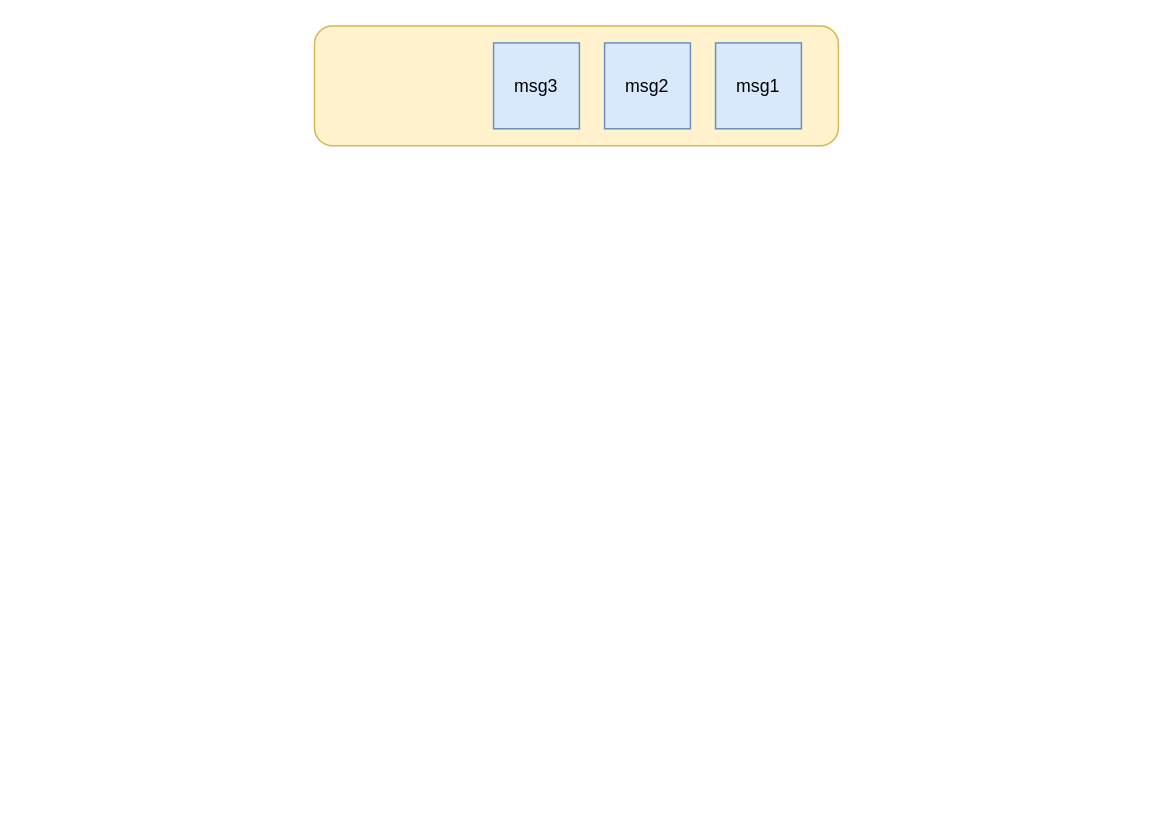
This is page "第 2 页" (2 of 2) of 未命名绘图.drawio from qinlizhong1/C, a draw.io file, before an edit. Source tidied: cells renumbered, new cells numbered last; positions are measured from the earlier drawing's top-left corner, leaving out a move shared by most shapes. Both pictures are drawn from the tidied source at 148%, with x=0, y=0 at pixel (314, 25).
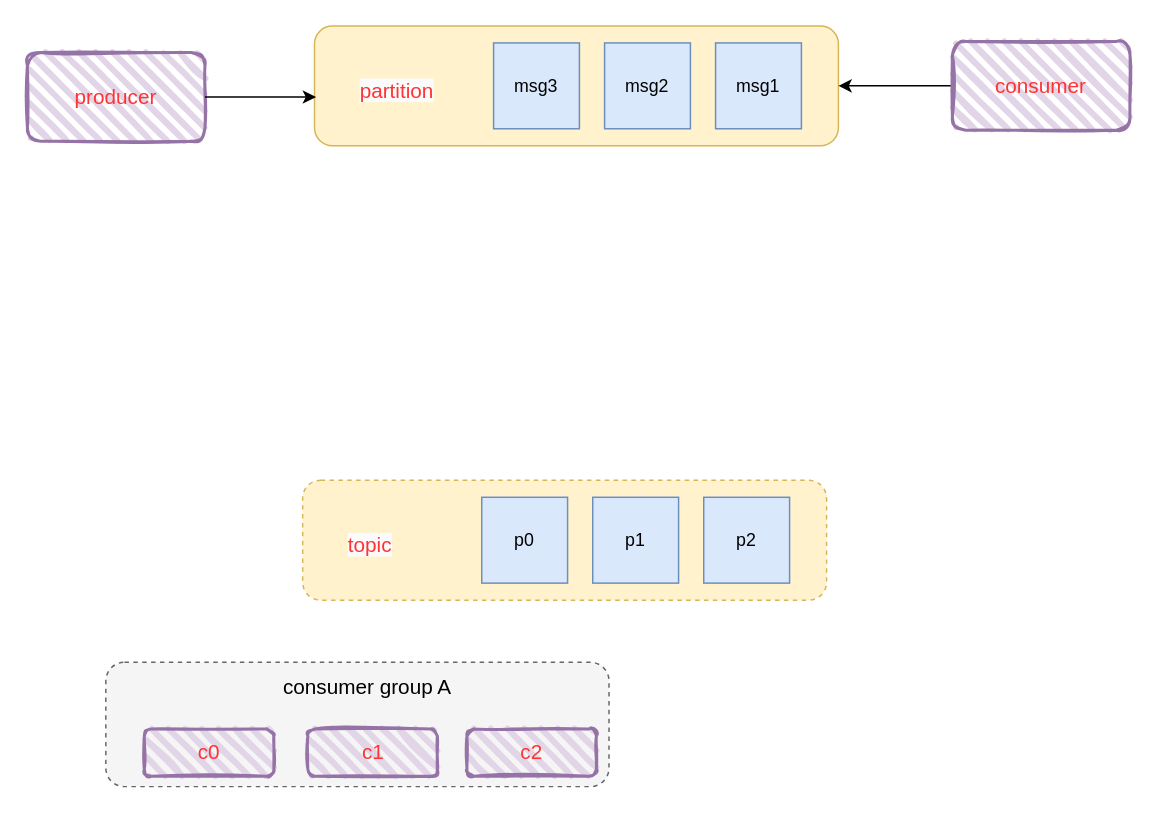
The same diagram, later.

Unchanged cells that the change refers to:
```xml
<mxCell id="2" style="rounded=1;whiteSpace=wrap;html=1;fillColor=#fff2cc;strokeColor=#d6b656;" parent="1" vertex="1">
  <mxGeometry width="354" height="81" as="geometry" />
</mxCell>
```

Change to the diagram source:
```diff
@@
+    <mxCell id="6" value="&lt;font color=&quot;#ff3333&quot; style=&quot;font-size: 14px;&quot;&gt;producer&lt;/font&gt;" style="rounded=1;whiteSpace=wrap;html=1;strokeWidth=2;fillWeight=4;hachureGap=8;hachureAngle=45;fillColor=#e1d5e7;sketch=1;strokeColor=#9673a6;" parent="1" vertex="1">
+      <mxGeometry x="-194" y="18" width="120" height="60" as="geometry" />
+    </mxCell>
+    <mxCell id="7" style="edgeStyle=orthogonalEdgeStyle;rounded=0;jettySize=auto;html=1;entryX=1;entryY=0.5;entryDx=0;entryDy=0;" parent="1" edge="1" source="8" target="2">
+      <mxGeometry relative="1" as="geometry" />
+    </mxCell>
+    <mxCell id="8" value="&lt;font color=&quot;#ff3333&quot; style=&quot;font-size: 14px;&quot;&gt;consumer&lt;/font&gt;" style="rounded=1;whiteSpace=wrap;html=1;strokeWidth=2;fillWeight=4;hachureGap=8;hachureAngle=45;fillColor=#e1d5e7;sketch=1;strokeColor=#9673a6;" parent="1" vertex="1">
+      <mxGeometry x="431" y="10.5" width="120" height="60" as="geometry" />
+    </mxCell>
+    <mxCell id="9" style="edgeStyle=orthogonalEdgeStyle;rounded=0;jettySize=auto;html=1;entryX=0.003;entryY=0.593;entryDx=0;entryDy=0;entryPerimeter=0;" parent="1" edge="1" source="6" target="2">
+      <mxGeometry relative="1" as="geometry" />
+    </mxCell>
+    <mxCell id="10" value="&lt;span style=&quot;color: rgb(255, 51, 51); font-family: Helvetica; font-size: 14px; font-style: normal; font-variant-ligatures: normal; font-variant-caps: normal; font-weight: 400; letter-spacing: normal; orphans: 2; text-align: center; text-indent: 0px; text-transform: none; widows: 2; word-spacing: 0px; -webkit-text-stroke-width: 0px; white-space: normal; background-color: rgb(251, 251, 251); text-decoration-thickness: initial; text-decoration-style: initial; text-decoration-color: initial; display: inline !important; float: none;&quot;&gt;partition&lt;/span&gt;" style="text;whiteSpace=wrap;html=1;" parent="1" vertex="1">
+      <mxGeometry x="29" y="28.5" width="89" height="39" as="geometry" />
+    </mxCell>
+    <mxCell id="11" style="rounded=1;whiteSpace=wrap;html=1;fillColor=#fff2cc;strokeColor=#d6b656;dashed=1;" parent="1" vertex="1">
+      <mxGeometry x="-8" y="307" width="354" height="81" as="geometry" />
+    </mxCell>
+    <mxCell id="12" value="p2" style="whiteSpace=wrap;html=1;fillColor=#dae8fc;strokeColor=#6c8ebf;" parent="1" vertex="1">
+      <mxGeometry x="263" y="318.5" width="58" height="58" as="geometry" />
+    </mxCell>
+    <mxCell id="13" value="p1" style="whiteSpace=wrap;html=1;fillColor=#dae8fc;strokeColor=#6c8ebf;" parent="1" vertex="1">
+      <mxGeometry x="188" y="318.5" width="58" height="58" as="geometry" />
+    </mxCell>
+    <mxCell id="14" value="p0" style="whiteSpace=wrap;html=1;fillColor=#dae8fc;strokeColor=#6c8ebf;" parent="1" vertex="1">
+      <mxGeometry x="113" y="318.5" width="58" height="58" as="geometry" />
+    </mxCell>
+    <mxCell id="15" value="&lt;span style=&quot;color: rgb(255, 51, 51); font-family: Helvetica; font-size: 14px; font-style: normal; font-variant-ligatures: normal; font-variant-caps: normal; font-weight: 400; letter-spacing: normal; orphans: 2; text-align: center; text-indent: 0px; text-transform: none; widows: 2; word-spacing: 0px; -webkit-text-stroke-width: 0px; white-space: normal; background-color: rgb(251, 251, 251); text-decoration-thickness: initial; text-decoration-style: initial; text-decoration-color: initial; display: inline !important; float: none;&quot;&gt;topic&lt;/span&gt;" style="text;whiteSpace=wrap;html=1;" parent="1" vertex="1">
+      <mxGeometry x="21" y="335.5" width="89" height="39" as="geometry" />
+    </mxCell>
+    <mxCell id="16" style="rounded=1;whiteSpace=wrap;html=1;dashed=1;fillColor=#f5f5f5;fontColor=#333333;strokeColor=#666666;" parent="1" vertex="1">
+      <mxGeometry x="-141" y="430" width="340" height="84" as="geometry" />
+    </mxCell>
+    <mxCell id="17" value="&lt;font color=&quot;#ff3333&quot; style=&quot;font-size: 14px;&quot;&gt;c0&lt;/font&gt;" style="rounded=1;whiteSpace=wrap;html=1;strokeWidth=2;fillWeight=4;hachureGap=8;hachureAngle=45;fillColor=#e1d5e7;sketch=1;strokeColor=#9673a6;" parent="1" vertex="1">
+      <mxGeometry x="-115" y="475" width="87.5" height="32" as="geometry" />
+    </mxCell>
+    <mxCell id="18" value="&lt;font color=&quot;#ff3333&quot; style=&quot;font-size: 14px;&quot;&gt;c1&lt;/font&gt;" style="rounded=1;whiteSpace=wrap;html=1;strokeWidth=2;fillWeight=4;hachureGap=8;hachureAngle=45;fillColor=#e1d5e7;sketch=1;strokeColor=#9673a6;" parent="1" vertex="1">
+      <mxGeometry x="-4.5" y="475" width="87.5" height="32" as="geometry" />
+    </mxCell>
+    <mxCell id="19" value="&lt;font color=&quot;#ff3333&quot; style=&quot;font-size: 14px;&quot;&gt;c2&lt;/font&gt;" style="rounded=1;whiteSpace=wrap;html=1;strokeWidth=2;fillWeight=4;hachureGap=8;hachureAngle=45;fillColor=#e1d5e7;sketch=1;strokeColor=#9673a6;" parent="1" vertex="1">
+      <mxGeometry x="103" y="475" width="87.5" height="32" as="geometry" />
+    </mxCell>
+    <mxCell id="20" value="&lt;font style=&quot;font-size: 14px;&quot;&gt;consumer group A&lt;/font&gt;" style="text;html=1;align=center;verticalAlign=middle;whiteSpace=wrap;rounded=0;" parent="1" vertex="1">
+      <mxGeometry x="-27.5" y="432" width="126" height="30" as="geometry" />
+    </mxCell>
```
